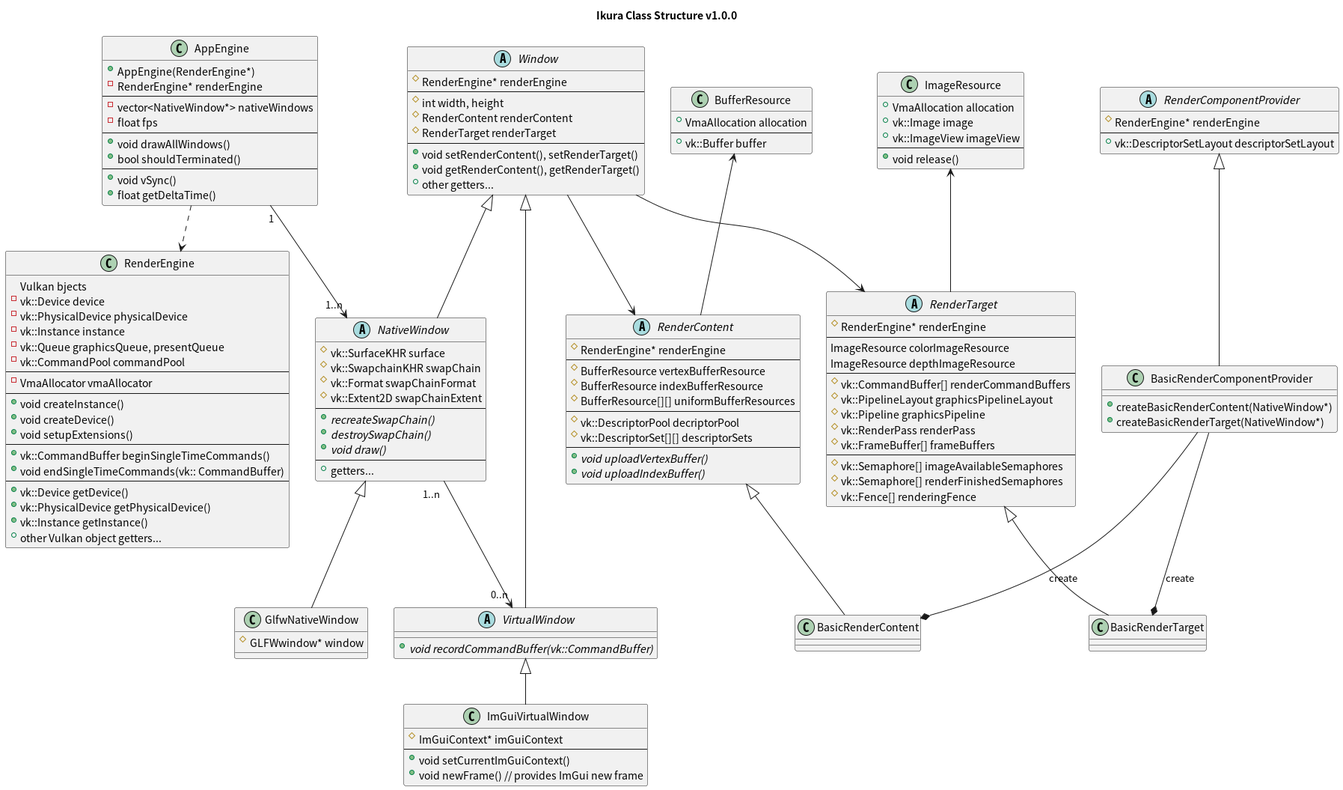
The PlantUML diagram uml/ikura.png in ikulab/ikulab-motion-viewer, before a commit.
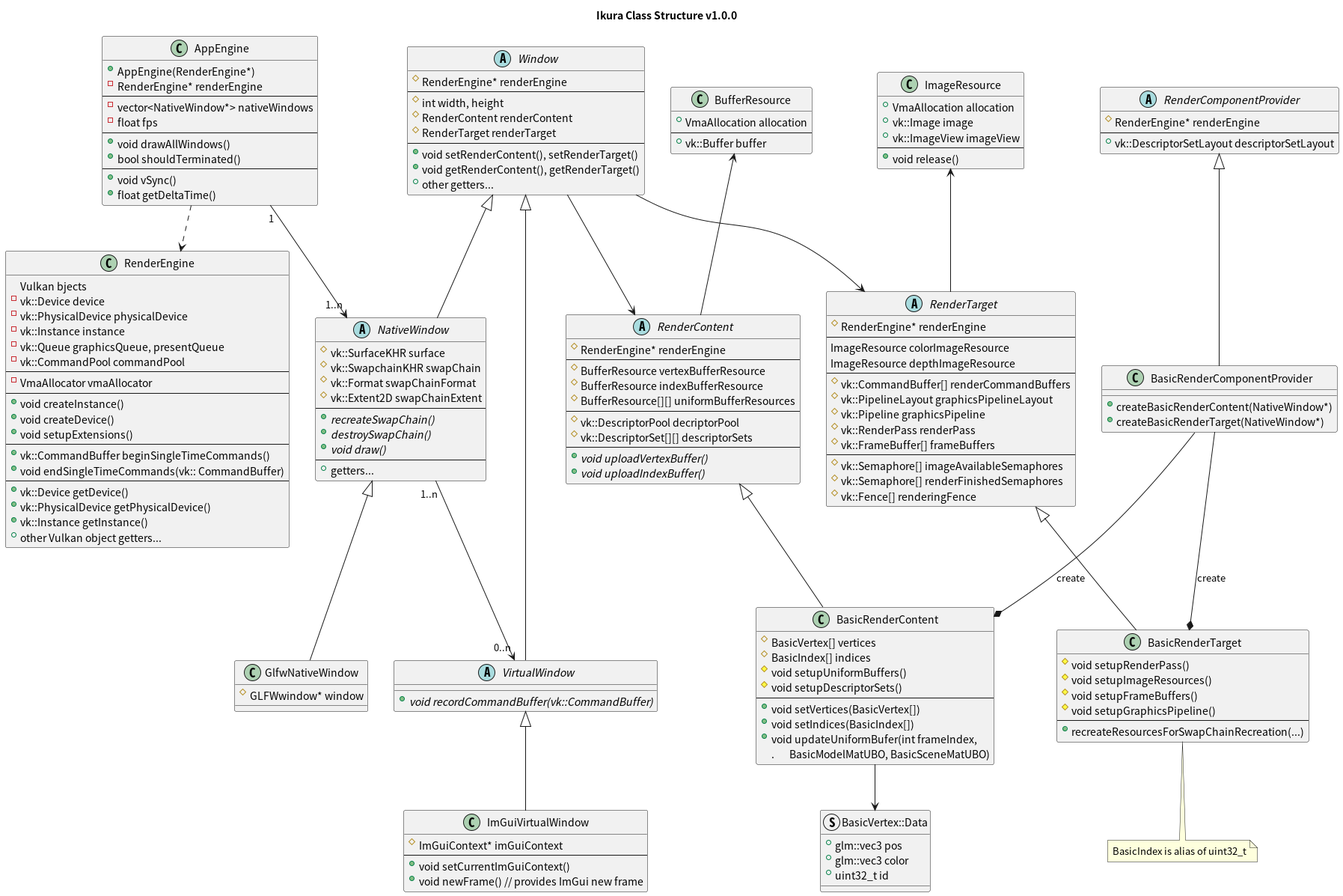
Later version of the same file.

Commit message:
update: ikura uml

What changed in the source:
```diff
@@ -97,7 +97,15 @@
 }
 
 class BasicRenderContent {
-
+	# BasicVertex[] vertices
+	# BasicIndex[] indices
+	# void setupUniformBuffers()
+	# void setupDescriptorSets()
+	----
+	+ void setVertices(BasicVertex[])
+	+ void setIndices(BasicIndex[])
+	+ void updateUniformBufer(int frameIndex,
+	.	BasicModelMatUBO, BasicSceneMatUBO)
 }
 
 abstract RenderTarget {
@@ -118,7 +126,12 @@
 }
 
 class BasicRenderTarget {
-
+	# void setupRenderPass()
+	# void setupImageResources()
+	# void setupFrameBuffers()
+	# void setupGraphicsPipeline()
+	----
+	+ recreateResourcesForSwapChainRecreation(...)
 }
 
 abstract RenderComponentProvider {
@@ -130,6 +143,12 @@
 class BasicRenderComponentProvider {
 	+ createBasicRenderContent(NativeWindow*)
 	+ createBasicRenderTarget(NativeWindow*)
+}
+
+struct BasicVertex::Data {
+	+ glm::vec3 pos
+	+ glm::vec3 color
+	+ uint32_t id
 }
 
 
@@ -148,6 +167,8 @@
 }
 
 
+note "BasicIndex is alias of uint32_t" as BasicIndex
+
 
 
 Window <|-- NativeWindow
@@ -163,7 +184,7 @@
 AppEngine ..> RenderEngine
 AppEngine "1" --> "1..n" NativeWindow
 
-NativeWindow "1..n   " --> "0..n" VirtualWindow
+NativeWindow "1..n" --> "0..n" VirtualWindow
 
 Window --> RenderContent
 Window --> RenderTarget
@@ -174,4 +195,7 @@
 BasicRenderComponentProvider --* BasicRenderContent : "create"
 BasicRenderComponentProvider --* BasicRenderTarget  : "create"
 
+BasicRenderContent --> BasicVertex::Data
+BasicRenderTarget .. BasicIndex
+
 @enduml
```
